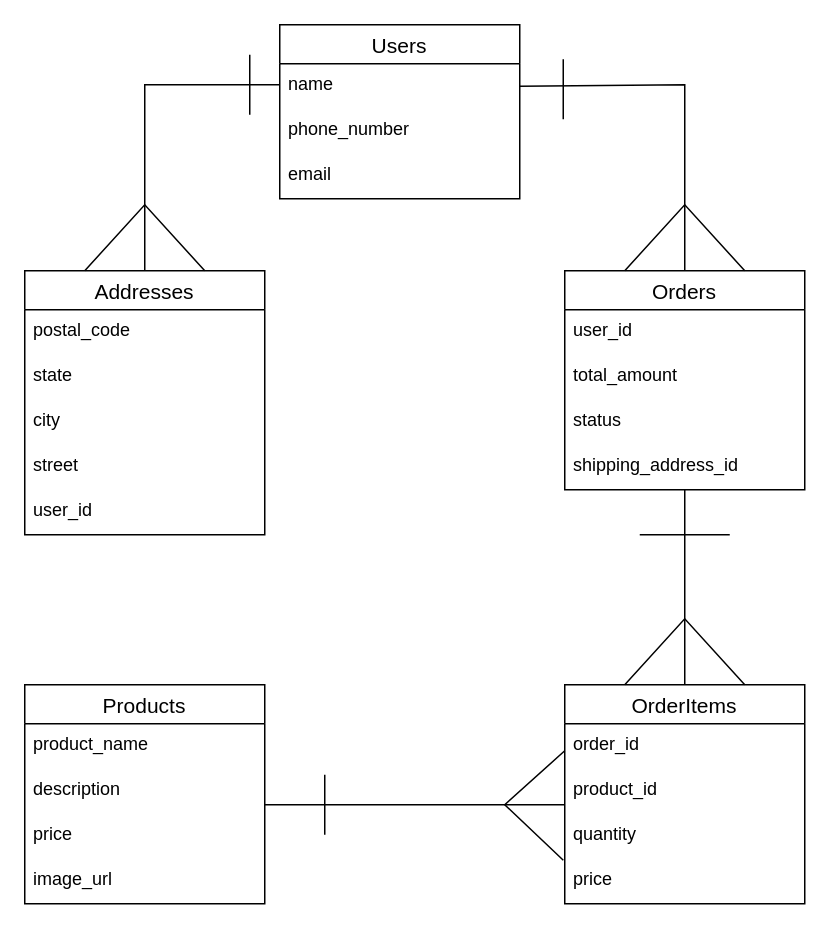
The draw.io diagram mallowER.dio in yuuukikiki/bagel_mallow, before the edit. Source tidied: cells renumbered, new cells numbered last; positions are measured from the earlier drawing's top-left corner, leaving out a move shared by most shapes. Both pictures are drawn from the tidied source at 150%, with x=0, y=0 at pixel (24, 24).
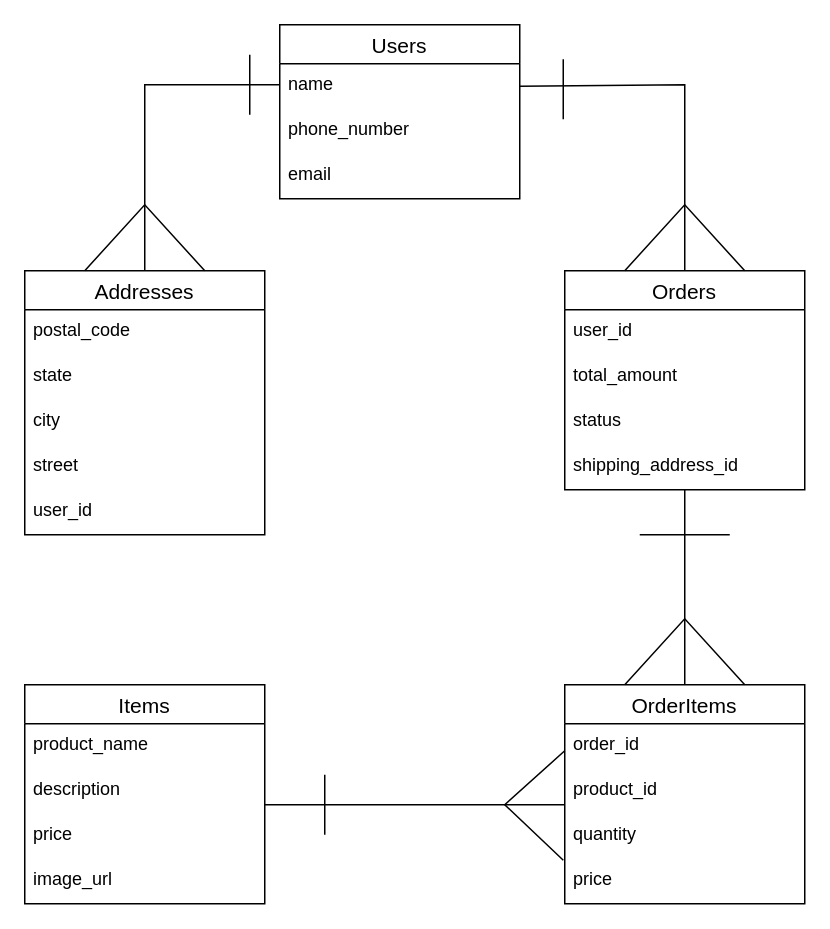
After the change.

Change to the diagram source:
```diff
@@
-    <mxCell id="6" value="Products" style="swimlane;fontStyle=0;horizontal=1;startSize=26;align=center;fontSize=14;" parent="1" vertex="1">
+    <mxCell id="6" value="Items" style="swimlane;fontStyle=0;horizontal=1;startSize=26;align=center;fontSize=14;" parent="1" vertex="1">
       <mxGeometry y="440" width="160" height="146" as="geometry" />
     </mxCell>
```
